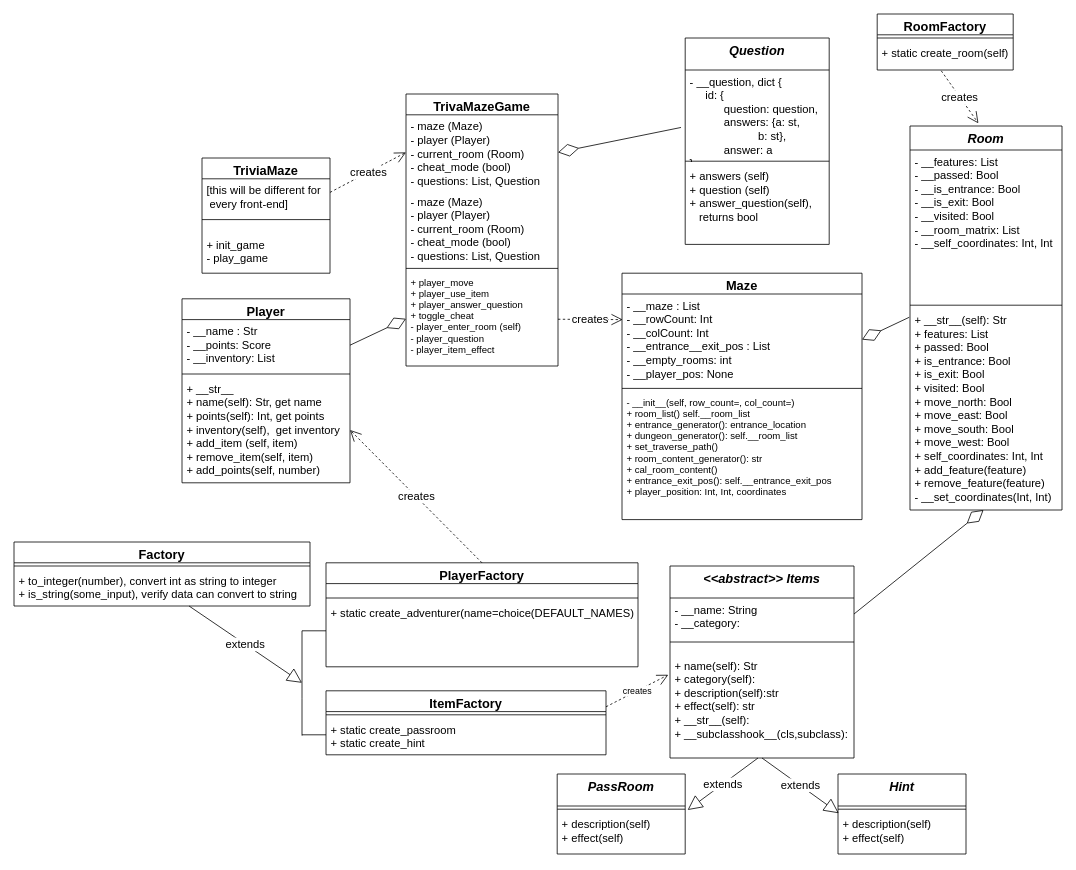
Above: documentation/trivia_maze_UML.drawio in rclarkmorrow/trivia_maze (draw.io), before the change. Source tidied: cells renumbered, new cells numbered last; positions are measured from the earlier drawing's top-left corner, leaving out a move shared by most shapes. Both pictures are drawn from the tidied source at 80%, with x=0, y=0 at pixel (14, 14).
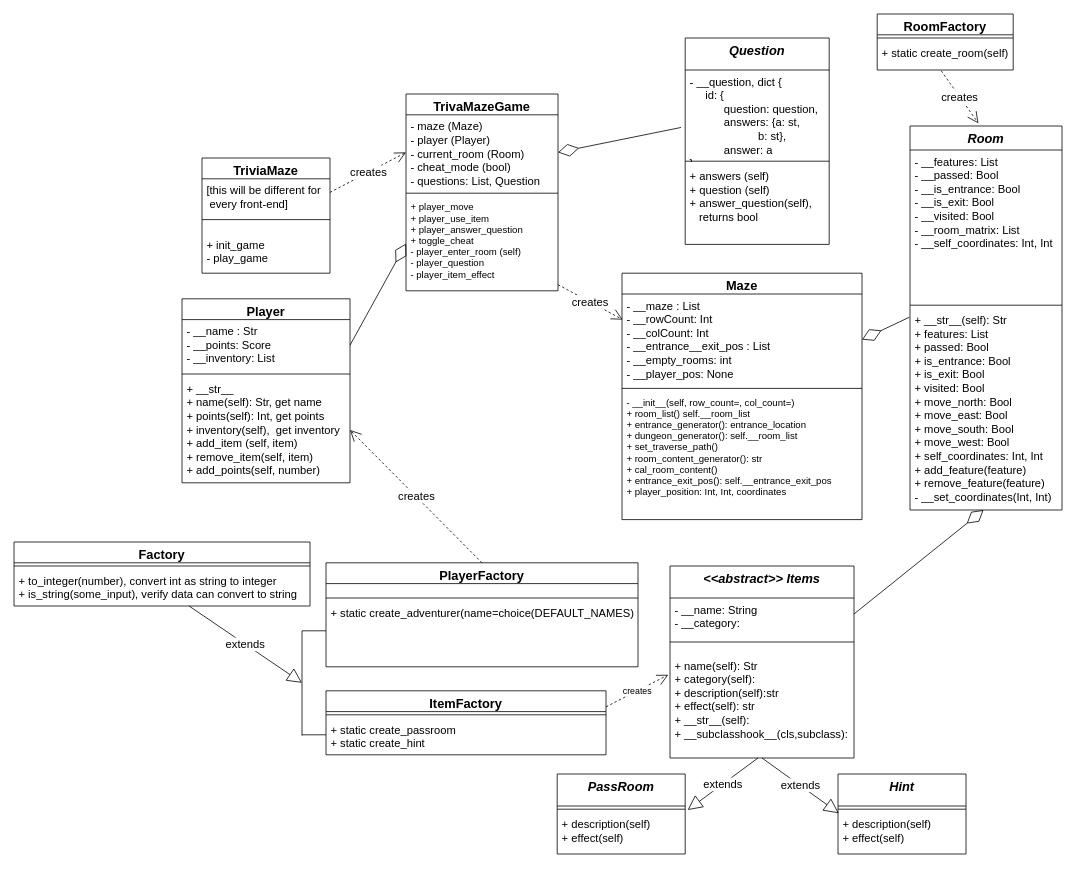
Above is the later version.

What changed in the source:
```diff
@@
     <mxCell id="51" value="TrivaMazeGame" style="swimlane;fontStyle=1;align=center;verticalAlign=top;horizontal=1;startSize=26;fontSize=16;" parent="1" vertex="1">
-      <mxGeometry x="490" y="100" width="190" height="340" as="geometry" />
+      <mxGeometry x="490" y="100" width="190" height="246" as="geometry" />
     </mxCell>
@@
-    <mxCell id="53" value="- maze (Maze)&#10;- player (Player)&#10;- current_room (Room)&#10;- cheat_mode (bool)&#10;- questions: List, Question" style="text;strokeColor=none;fillColor=none;align=left;verticalAlign=top;spacingLeft=4;spacingRight=4;overflow=hidden;fontSize=14;" parent="51" vertex="1">
-      <mxGeometry y="120" width="190" height="94" as="geometry" />
-    </mxCell>
     <mxCell id="54" style="line;strokeWidth=1;fillColor=none;align=left;verticalAlign=middle;spacingTop=-1;spacingLeft=3;spacingRight=3;labelPosition=right;" parent="51" vertex="1">
-      <mxGeometry y="214" width="190" height="8" as="geometry" />
+      <mxGeometry y="120" width="190" height="8" as="geometry" />
     </mxCell>
     <mxCell id="55" value="+ player_move&#10;+ player_use_item&#10;+ player_answer_question&#10;+ toggle_cheat&#10;- player_enter_room (self)&#10;- player_question&#10;- player_item_effect&#10;" style="text;strokeColor=none;fillColor=none;align=left;verticalAlign=top;spacingLeft=4;spacingRight=4;overflow=hidden;points=[[0,0.5],[1,0.5]];portConstraint=eastwest;" parent="51" vertex="1">
-      <mxGeometry y="222" width="190" height="118" as="geometry" />
+      <mxGeometry y="128" width="190" height="118" as="geometry" />
     </mxCell>
```
